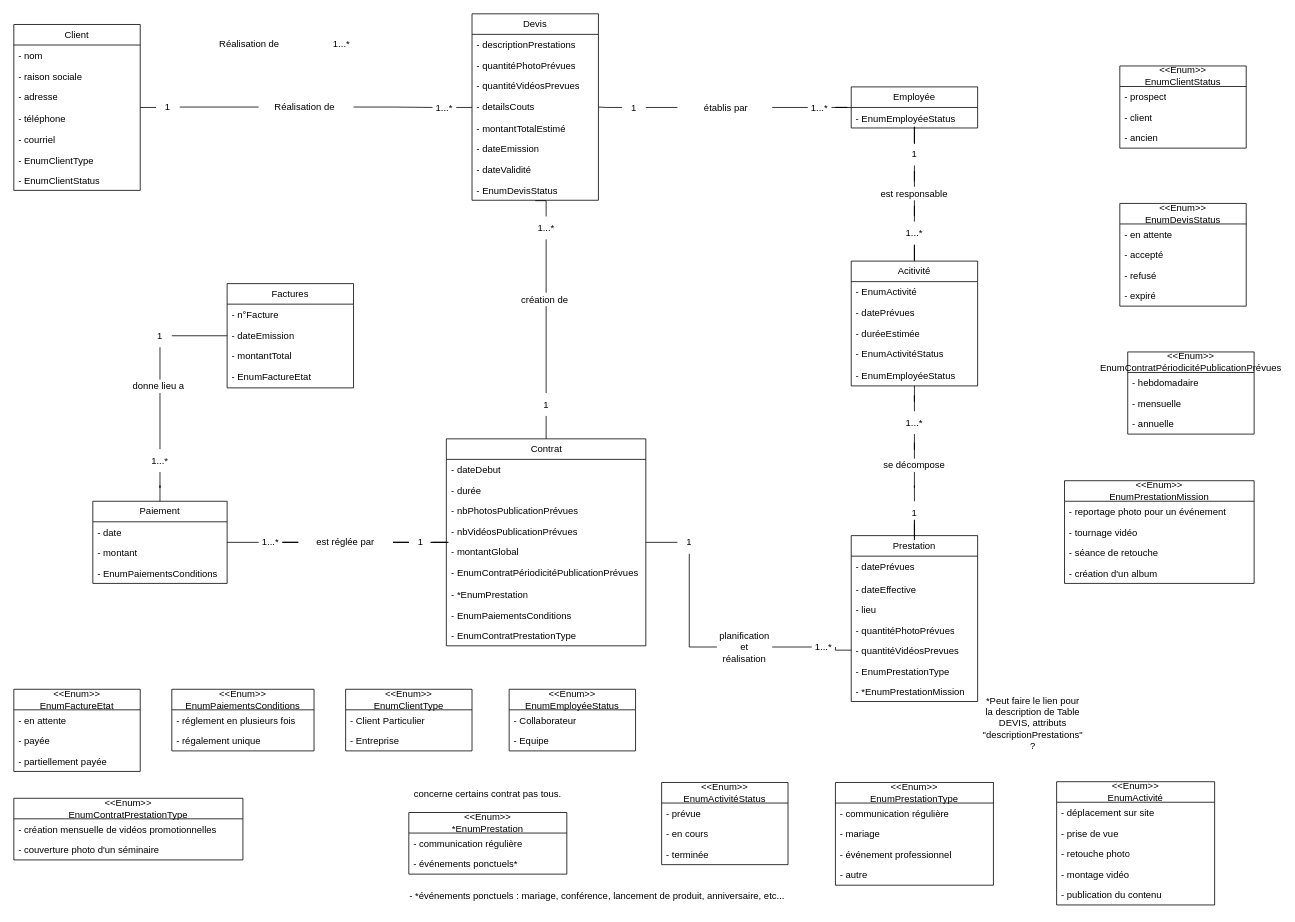
Earlier version of the draw.io diagram DiagrammeConceptuel.drawio (xRayZenXRZ/bug-free-waffle). Source tidied: cells renumbered, new cells numbered last; positions are measured from the earlier drawing's top-left corner, leaving out a move shared by most shapes. Both pictures are drawn from the tidied source at 79%, with x=0, y=0 at pixel (13, 13).
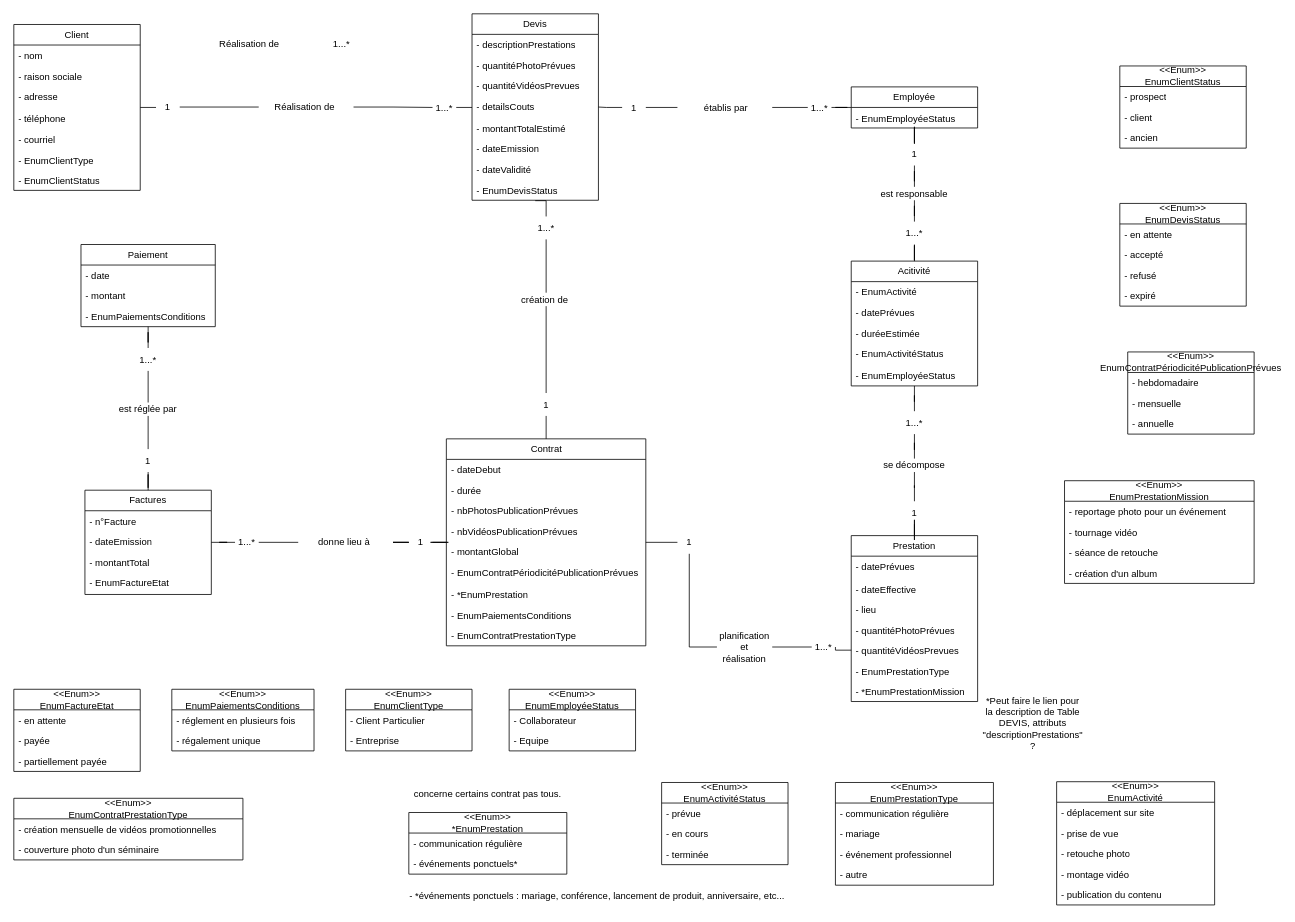
The same page after the edit.

Commit message:
maj Diagramme UML

The edit, as a diff of the source:
```diff
@@
     <mxCell id="47" value="Factures" style="swimlane;fontStyle=0;horizontal=1;startSize=26;fillColor=none;whiteSpace=wrap;html=1;" parent="1" vertex="1">
-      <mxGeometry x="270" y="341.5" width="160" height="132" as="geometry" />
+      <mxGeometry x="90" y="603" width="160" height="132" as="geometry" />
     </mxCell>
@@
     <mxCell id="53" value="Paiement" style="swimlane;fontStyle=0;horizontal=1;startSize=26;fillColor=none;whiteSpace=wrap;html=1;" parent="1" vertex="1">
-      <mxGeometry x="100" y="617" width="170" height="104" as="geometry" />
+      <mxGeometry x="85" y="292" width="170" height="104" as="geometry" />
     </mxCell>
@@
-    <mxCell id="100" style="edgeStyle=orthogonalEdgeStyle;rounded=0;jettySize=auto;html=1;endArrow=none;endFill=0;" parent="1" edge="1" source="53" target="101">
+    <mxCell id="100" style="edgeStyle=orthogonalEdgeStyle;rounded=0;jettySize=auto;html=1;endArrow=none;endFill=0;" parent="1" edge="1" source="47" target="101">
       <mxGeometry relative="1" as="geometry" />
     </mxCell>
     <mxCell id="101" value="1...*" style="text;html=1;whiteSpace=wrap;strokeColor=none;fillColor=none;align=center;verticalAlign=middle;rounded=0;" parent="1" vertex="1">
-      <mxGeometry x="310" y="654.5" width="30" height="29" as="geometry" />
+      <mxGeometry x="280" y="654.5" width="30" height="29" as="geometry" />
     </mxCell>
@@
     <mxCell id="103" value="1...*" style="text;html=1;whiteSpace=wrap;strokeColor=none;fillColor=none;align=center;verticalAlign=middle;rounded=0;" parent="1" vertex="1">
-      <mxGeometry x="170" y="551" width="30" height="29" as="geometry" />
+      <mxGeometry x="155" y="423" width="30" height="29" as="geometry" />
     </mxCell>
@@
     <mxCell id="107" value="1" style="text;html=1;whiteSpace=wrap;strokeColor=none;fillColor=none;align=center;verticalAlign=middle;rounded=0;" parent="1" vertex="1">
-      <mxGeometry x="170" y="393" width="30" height="29" as="geometry" />
+      <mxGeometry x="155" y="551" width="30" height="29" as="geometry" />
     </mxCell>
@@
-    <mxCell id="109" value="est réglée par" style="text;html=1;whiteSpace=wrap;strokeColor=none;fillColor=none;align=center;verticalAlign=middle;rounded=0;" parent="1" vertex="1">
+    <mxCell id="109" value="donne lieu à&amp;nbsp;" style="text;html=1;whiteSpace=wrap;strokeColor=none;fillColor=none;align=center;verticalAlign=middle;rounded=0;" parent="1" vertex="1">
       <mxGeometry x="360" y="660.5" width="120" height="17" as="geometry" />
     </mxCell>
@@
-    <mxCell id="111" value="donne lieu a&amp;nbsp;" style="text;html=1;whiteSpace=wrap;strokeColor=none;fillColor=none;align=center;verticalAlign=middle;rounded=0;" parent="1" vertex="1">
-      <mxGeometry x="125" y="463" width="120" height="17" as="geometry" />
+    <mxCell id="111" value="est réglée par" style="text;html=1;whiteSpace=wrap;strokeColor=none;fillColor=none;align=center;verticalAlign=middle;rounded=0;" parent="1" vertex="1">
+      <mxGeometry x="110" y="492" width="120" height="17" as="geometry" />
     </mxCell>
```
